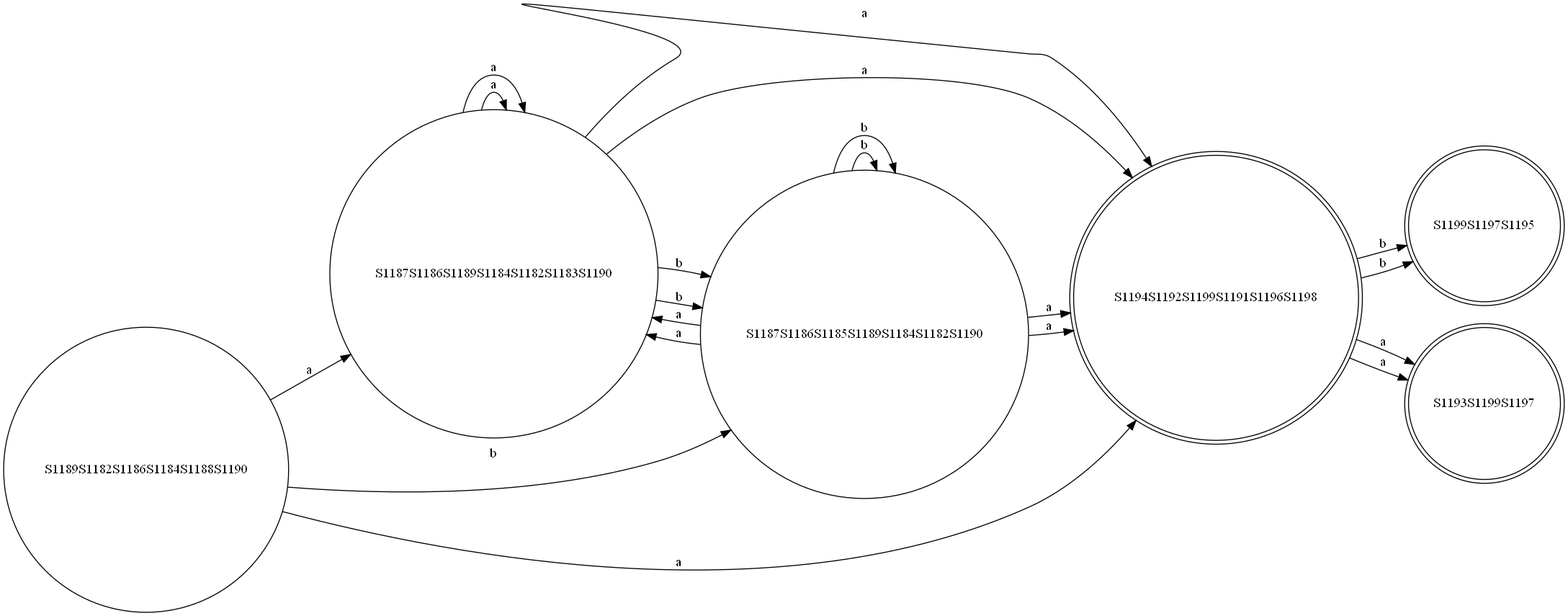
This is finalCode/test-output/DFA.gv.png from abdelazizSalah/RegExp_NFA_DFA_DFAMinimization, a Graphviz export, as it was before one commit. Its source is kept beside it as finalCode/test-output/DFA.gv. Its diagram source:
```dot
digraph {
	graph [rankdir=LR]
	S1189S1182S1186S1184S1188S1190 [label=S1189S1182S1186S1184S1188S1190 shape=circle]
	S1189S1182S1186S1184S1188S1190 -> S1187S1186S1189S1184S1182S1183S1190 [label=a]
	S1189S1182S1186S1184S1188S1190 -> S1187S1186S1185S1189S1184S1182S1190 [label=b]
	S1189S1182S1186S1184S1188S1190 -> S1194S1192S1199S1191S1196S1198 [label=a]
	S1187S1186S1189S1184S1182S1183S1190 [label=S1187S1186S1189S1184S1182S1183S1190 shape=circle]
	S1187S1186S1189S1184S1182S1183S1190 -> S1187S1186S1185S1189S1184S1182S1190 [label=b]
	S1187S1186S1189S1184S1182S1183S1190 -> S1187S1186S1189S1184S1182S1183S1190 [label=a]
	S1187S1186S1189S1184S1182S1183S1190 -> S1194S1192S1199S1191S1196S1198 [label=a]
	S1187S1186S1185S1189S1184S1182S1190 [label=S1187S1186S1185S1189S1184S1182S1190 shape=circle]
	S1187S1186S1185S1189S1184S1182S1190 -> S1187S1186S1185S1189S1184S1182S1190 [label=b]
	S1187S1186S1185S1189S1184S1182S1190 -> S1187S1186S1189S1184S1182S1183S1190 [label=a]
	S1187S1186S1185S1189S1184S1182S1190 -> S1194S1192S1199S1191S1196S1198 [label=a]
	S1194S1192S1199S1191S1196S1198 [label=S1194S1192S1199S1191S1196S1198 shape=doublecircle]
	S1194S1192S1199S1191S1196S1198 -> S1199S1197S1195 [label=b]
	S1194S1192S1199S1191S1196S1198 -> S1193S1199S1197 [label=a]
	S1187S1186S1185S1189S1184S1182S1190 [label=S1187S1186S1185S1189S1184S1182S1190 shape=circle]
	S1187S1186S1185S1189S1184S1182S1190 -> S1187S1186S1185S1189S1184S1182S1190 [label=b]
	S1187S1186S1185S1189S1184S1182S1190 -> S1187S1186S1189S1184S1182S1183S1190 [label=a]
	S1187S1186S1185S1189S1184S1182S1190 -> S1194S1192S1199S1191S1196S1198 [label=a]
	S1187S1186S1189S1184S1182S1183S1190 [label=S1187S1186S1189S1184S1182S1183S1190 shape=circle]
	S1187S1186S1189S1184S1182S1183S1190 -> S1187S1186S1185S1189S1184S1182S1190 [label=b]
	S1187S1186S1189S1184S1182S1183S1190 -> S1187S1186S1189S1184S1182S1183S1190 [label=a]
	S1187S1186S1189S1184S1182S1183S1190 -> S1194S1192S1199S1191S1196S1198 [label=a]
	S1194S1192S1199S1191S1196S1198 [label=S1194S1192S1199S1191S1196S1198 shape=doublecircle]
	S1194S1192S1199S1191S1196S1198 -> S1199S1197S1195 [label=b]
	S1194S1192S1199S1191S1196S1198 -> S1193S1199S1197 [label=a]
	S1199S1197S1195 [label=S1199S1197S1195 shape=doublecircle]
	S1193S1199S1197 [label=S1193S1199S1197 shape=doublecircle]
}
```
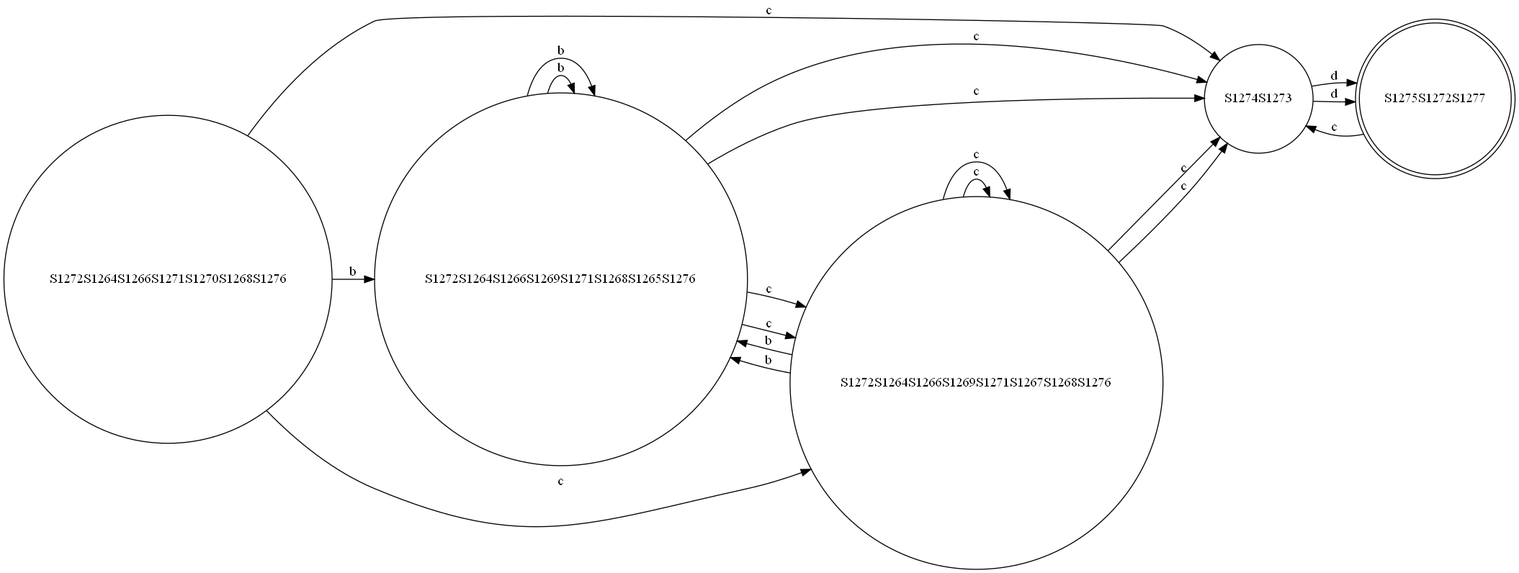
The same diagram one commit later.

Diff of the diagram source:
```diff
@@ -1,31 +1,29 @@
 digraph {
 	graph [rankdir=LR]
-	S1189S1182S1186S1184S1188S1190 [label=S1189S1182S1186S1184S1188S1190 shape=circle]
-	S1189S1182S1186S1184S1188S1190 -> S1187S1186S1189S1184S1182S1183S1190 [label=a]
-	S1189S1182S1186S1184S1188S1190 -> S1187S1186S1185S1189S1184S1182S1190 [label=b]
-	S1189S1182S1186S1184S1188S1190 -> S1194S1192S1199S1191S1196S1198 [label=a]
-	S1187S1186S1189S1184S1182S1183S1190 [label=S1187S1186S1189S1184S1182S1183S1190 shape=circle]
-	S1187S1186S1189S1184S1182S1183S1190 -> S1187S1186S1185S1189S1184S1182S1190 [label=b]
-	S1187S1186S1189S1184S1182S1183S1190 -> S1187S1186S1189S1184S1182S1183S1190 [label=a]
-	S1187S1186S1189S1184S1182S1183S1190 -> S1194S1192S1199S1191S1196S1198 [label=a]
-	S1187S1186S1185S1189S1184S1182S1190 [label=S1187S1186S1185S1189S1184S1182S1190 shape=circle]
-	S1187S1186S1185S1189S1184S1182S1190 -> S1187S1186S1185S1189S1184S1182S1190 [label=b]
-	S1187S1186S1185S1189S1184S1182S1190 -> S1187S1186S1189S1184S1182S1183S1190 [label=a]
-	S1187S1186S1185S1189S1184S1182S1190 -> S1194S1192S1199S1191S1196S1198 [label=a]
-	S1194S1192S1199S1191S1196S1198 [label=S1194S1192S1199S1191S1196S1198 shape=doublecircle]
-	S1194S1192S1199S1191S1196S1198 -> S1199S1197S1195 [label=b]
-	S1194S1192S1199S1191S1196S1198 -> S1193S1199S1197 [label=a]
-	S1187S1186S1185S1189S1184S1182S1190 [label=S1187S1186S1185S1189S1184S1182S1190 shape=circle]
-	S1187S1186S1185S1189S1184S1182S1190 -> S1187S1186S1185S1189S1184S1182S1190 [label=b]
-	S1187S1186S1185S1189S1184S1182S1190 -> S1187S1186S1189S1184S1182S1183S1190 [label=a]
-	S1187S1186S1185S1189S1184S1182S1190 -> S1194S1192S1199S1191S1196S1198 [label=a]
-	S1187S1186S1189S1184S1182S1183S1190 [label=S1187S1186S1189S1184S1182S1183S1190 shape=circle]
-	S1187S1186S1189S1184S1182S1183S1190 -> S1187S1186S1185S1189S1184S1182S1190 [label=b]
-	S1187S1186S1189S1184S1182S1183S1190 -> S1187S1186S1189S1184S1182S1183S1190 [label=a]
-	S1187S1186S1189S1184S1182S1183S1190 -> S1194S1192S1199S1191S1196S1198 [label=a]
-	S1194S1192S1199S1191S1196S1198 [label=S1194S1192S1199S1191S1196S1198 shape=doublecircle]
-	S1194S1192S1199S1191S1196S1198 -> S1199S1197S1195 [label=b]
-	S1194S1192S1199S1191S1196S1198 -> S1193S1199S1197 [label=a]
-	S1199S1197S1195 [label=S1199S1197S1195 shape=doublecircle]
-	S1193S1199S1197 [label=S1193S1199S1197 shape=doublecircle]
+	S1272S1264S1266S1271S1270S1268S1276 [label=S1272S1264S1266S1271S1270S1268S1276 shape=circle]
+	S1272S1264S1266S1271S1270S1268S1276 -> S1274S1273 [label=c]
+	S1272S1264S1266S1271S1270S1268S1276 -> S1272S1264S1266S1269S1271S1268S1265S1276 [label=b]
+	S1272S1264S1266S1271S1270S1268S1276 -> S1272S1264S1266S1269S1271S1267S1268S1276 [label=c]
+	S1274S1273 [label=S1274S1273 shape=circle]
+	S1274S1273 -> S1275S1272S1277 [label=d]
+	S1272S1264S1266S1269S1271S1268S1265S1276 [label=S1272S1264S1266S1269S1271S1268S1265S1276 shape=circle]
+	S1272S1264S1266S1269S1271S1268S1265S1276 -> S1274S1273 [label=c]
+	S1272S1264S1266S1269S1271S1268S1265S1276 -> S1272S1264S1266S1269S1271S1268S1265S1276 [label=b]
+	S1272S1264S1266S1269S1271S1268S1265S1276 -> S1272S1264S1266S1269S1271S1267S1268S1276 [label=c]
+	S1272S1264S1266S1269S1271S1267S1268S1276 [label=S1272S1264S1266S1269S1271S1267S1268S1276 shape=circle]
+	S1272S1264S1266S1269S1271S1267S1268S1276 -> S1274S1273 [label=c]
+	S1272S1264S1266S1269S1271S1267S1268S1276 -> S1272S1264S1266S1269S1271S1268S1265S1276 [label=b]
+	S1272S1264S1266S1269S1271S1267S1268S1276 -> S1272S1264S1266S1269S1271S1267S1268S1276 [label=c]
+	S1275S1272S1277 [label=S1275S1272S1277 shape=doublecircle]
+	S1275S1272S1277 -> S1274S1273 [label=c]
+	S1274S1273 [label=S1274S1273 shape=circle]
+	S1274S1273 -> S1275S1272S1277 [label=d]
+	S1272S1264S1266S1269S1271S1268S1265S1276 [label=S1272S1264S1266S1269S1271S1268S1265S1276 shape=circle]
+	S1272S1264S1266S1269S1271S1268S1265S1276 -> S1274S1273 [label=c]
+	S1272S1264S1266S1269S1271S1268S1265S1276 -> S1272S1264S1266S1269S1271S1268S1265S1276 [label=b]
+	S1272S1264S1266S1269S1271S1268S1265S1276 -> S1272S1264S1266S1269S1271S1267S1268S1276 [label=c]
+	S1272S1264S1266S1269S1271S1267S1268S1276 [label=S1272S1264S1266S1269S1271S1267S1268S1276 shape=circle]
+	S1272S1264S1266S1269S1271S1267S1268S1276 -> S1274S1273 [label=c]
+	S1272S1264S1266S1269S1271S1267S1268S1276 -> S1272S1264S1266S1269S1271S1268S1265S1276 [label=b]
+	S1272S1264S1266S1269S1271S1267S1268S1276 -> S1272S1264S1266S1269S1271S1267S1268S1276 [label=c]
 }
```
